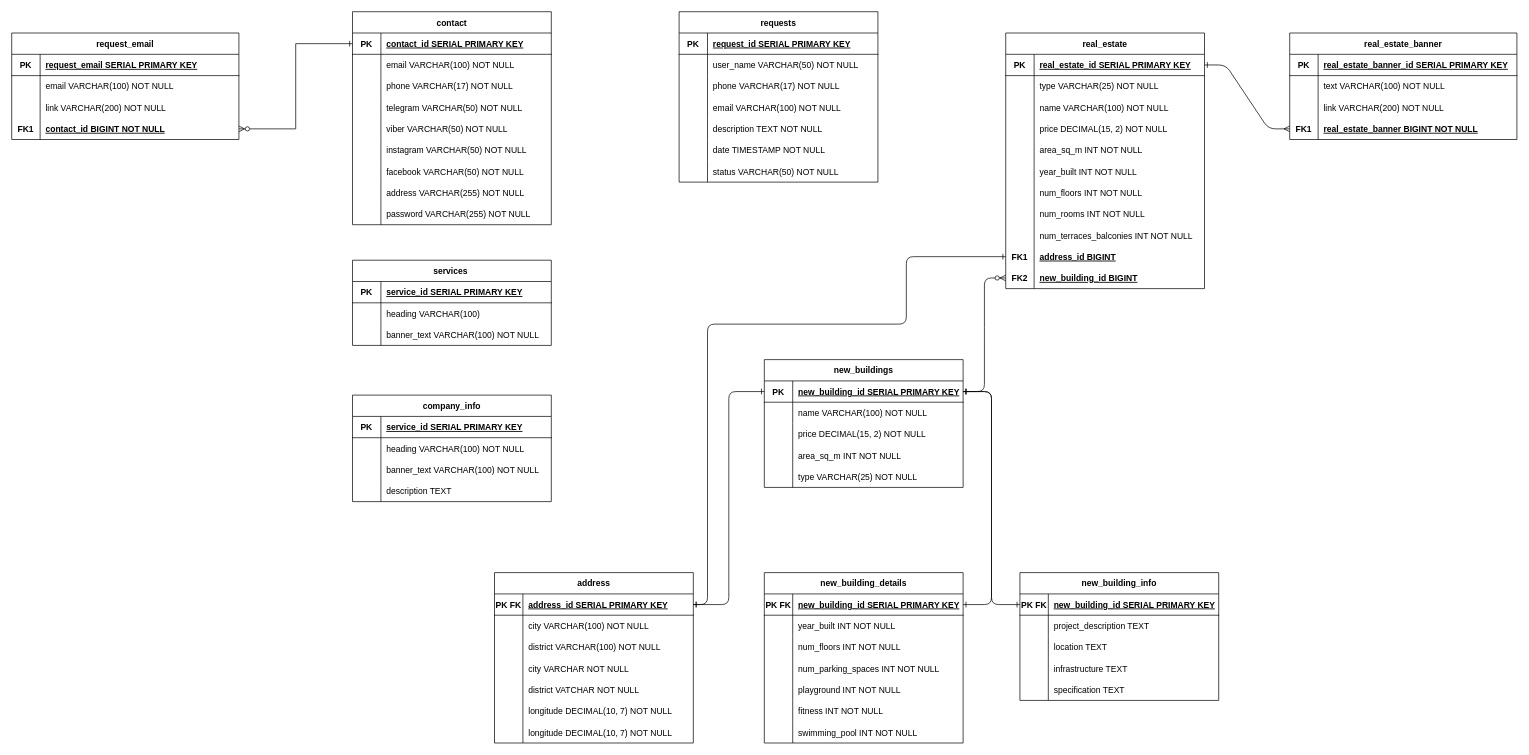
This is src/main/resources/diagrams/ERD.drawio from Latcarf/Second-project, a draw.io file, before an edit. Source tidied: cells renumbered, new cells numbered last; positions are measured from the earlier drawing's top-left corner, leaving out a move shared by most shapes. Both pictures are drawn from the tidied source at 71%, with x=0, y=0 at pixel (11, 11).
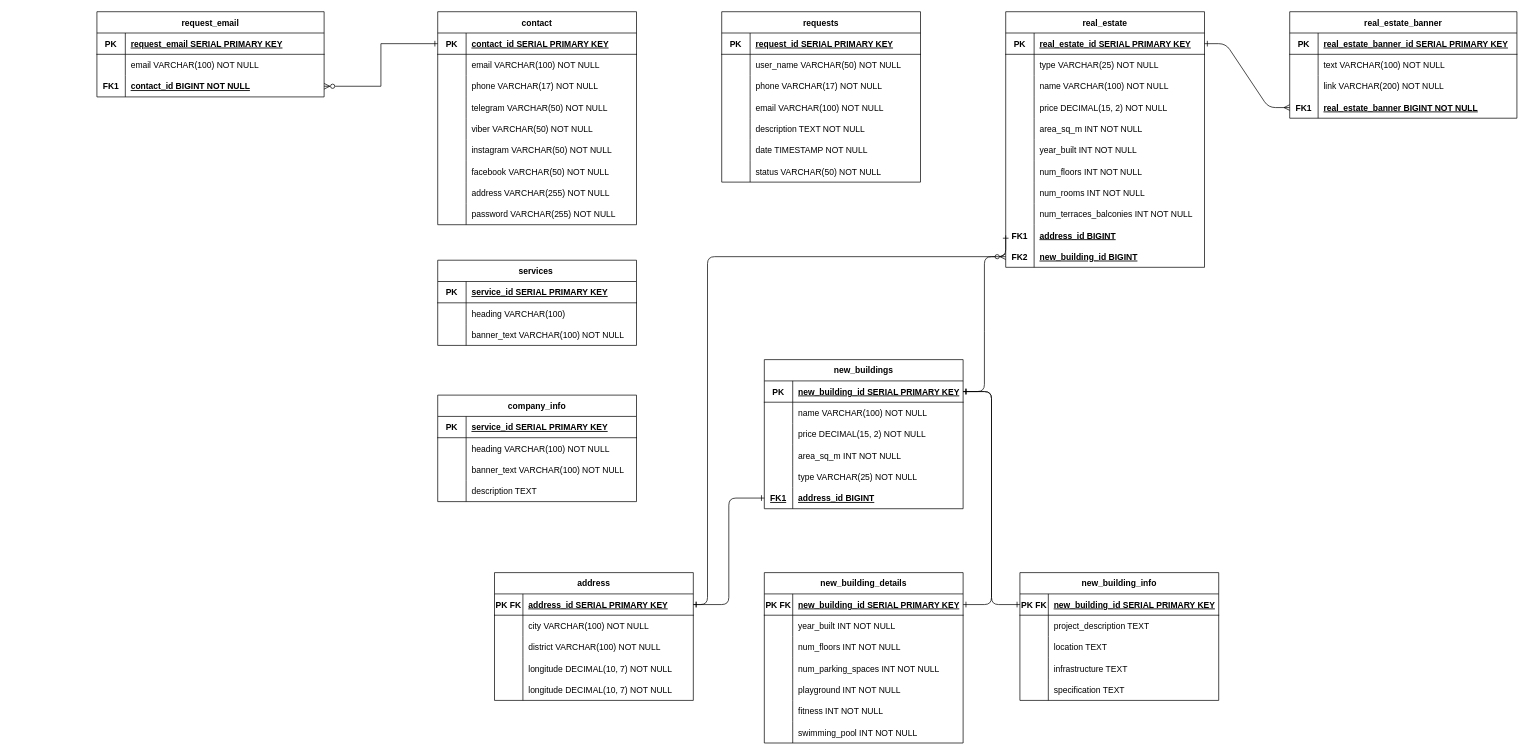
The same diagram, later.

Commit message:
UPD: ERD

Unchanged cells that the change refers to:
```xml
<mxCell id="58" style="shape=partialRectangle;fillColor=none;points=[[0,0.5],[1,0.5]];portConstraint=eastwest;top=0;left=0;right=0;bottom=0;labelBackgroundColor=none;" parent="30" vertex="1">
  <mxGeometry y="300" width="280" height="30" as="geometry" />
</mxCell>
<mxCell id="65" style="shape=partialRectangle;fillColor=none;points=[[0,0.5],[1,0.5]];portConstraint=eastwest;top=0;left=0;right=0;bottom=1;labelBackgroundColor=none;" parent="64" vertex="1">
  <mxGeometry y="30" width="280" height="30" as="geometry" />
</mxCell>
<mxCell id="179" style="shape=partialRectangle;fillColor=none;points=[[0,0.5],[1,0.5]];portConstraint=eastwest;top=0;left=0;right=0;bottom=1;labelBackgroundColor=none;" parent="178" vertex="1">
  <mxGeometry y="30" width="280" height="30" as="geometry" />
</mxCell>
```

Change to the diagram source:
```diff
@@
     <mxCell id="2" value="contact" style="shape=table;startSize=30;childLayout=tableLayout;rowLines=0;fontStyle=1;align=center;labelBackgroundColor=none;" parent="1" vertex="1">
-      <mxGeometry x="480" width="280" height="300" as="geometry" />
+      <mxGeometry x="600" width="280" height="300" as="geometry" />
     </mxCell>
@@
     <mxCell id="30" value="real_estate" style="shape=table;startSize=30;childLayout=tableLayout;rowLines=0;fontStyle=1;align=center;labelBackgroundColor=none;" parent="1" vertex="1">
-      <mxGeometry x="1400" y="30" width="280" height="360" as="geometry" />
+      <mxGeometry x="1400" width="280" height="360" as="geometry" />
     </mxCell>
@@
     <mxCell id="64" value="new_buildings" style="shape=table;startSize=30;childLayout=tableLayout;rowLines=0;fontStyle=1;align=center;labelBackgroundColor=none;fillColor=default;" parent="1" vertex="1">
-      <mxGeometry x="1060" y="490" width="280" height="180" as="geometry" />
+      <mxGeometry x="1060" y="490" width="280" height="210" as="geometry" />
     </mxCell>
@@
+    <mxCell id="218" style="shape=partialRectangle;fillColor=none;points=[[0,0.5],[1,0.5]];portConstraint=eastwest;top=0;left=0;right=0;bottom=0;labelBackgroundColor=none;" parent="64" vertex="1">
+      <mxGeometry y="180" width="280" height="30" as="geometry" />
+    </mxCell>
+    <mxCell id="219" value="FK1" style="shape=partialRectangle;overflow=hidden;fillColor=none;top=0;left=0;bottom=0;right=0;labelBackgroundColor=none;fontStyle=5;" parent="218" vertex="1">
+      <mxGeometry width="40" height="30" as="geometry" />
+    </mxCell>
+    <mxCell id="220" value="address_id BIGINT" style="shape=partialRectangle;overflow=hidden;fillColor=none;top=0;left=0;bottom=0;right=0;align=left;spacingLeft=6;labelBackgroundColor=none;fontStyle=5;" parent="218" vertex="1">
+      <mxGeometry x="40" width="240" height="30" as="geometry" />
+    </mxCell>
@@
     <mxCell id="103" value="services " style="shape=table;startSize=30;childLayout=tableLayout;rowLines=0;fontStyle=1;align=center;labelBackgroundColor=none;fillColor=default;" parent="1" vertex="1">
-      <mxGeometry x="480" y="350" width="280" height="120" as="geometry" />
+      <mxGeometry x="600" y="350" width="280" height="120" as="geometry" />
     </mxCell>
@@
     <mxCell id="113" value="company_info" style="shape=table;startSize=30;childLayout=tableLayout;rowLines=0;fontStyle=1;align=center;labelBackgroundColor=none;fillColor=default;" parent="1" vertex="1">
-      <mxGeometry x="480" y="540" width="280" height="150" as="geometry" />
+      <mxGeometry x="600" y="540" width="280" height="150" as="geometry" />
     </mxCell>
@@
     <mxCell id="126" value="requests" style="shape=table;startSize=30;childLayout=tableLayout;rowLines=0;fontStyle=1;align=center;labelBackgroundColor=none;fillColor=default;" parent="1" vertex="1">
-      <mxGeometry x="940" width="280" height="240" as="geometry" />
+      <mxGeometry x="1000" width="280" height="240" as="geometry" />
     </mxCell>
@@
     <mxCell id="148" value="real_estate_banner" style="shape=table;startSize=30;childLayout=tableLayout;rowLines=0;fontStyle=1;align=center;labelBackgroundColor=none;fillColor=default;" parent="1" vertex="1">
-      <mxGeometry x="1800" y="30" width="320" height="150" as="geometry" />
+      <mxGeometry x="1800" width="320" height="150" as="geometry" />
     </mxCell>
@@
     <mxCell id="178" value="address" style="shape=table;startSize=30;childLayout=tableLayout;rowLines=0;fontStyle=1;align=center;labelBackgroundColor=none;fillColor=default;" parent="1" vertex="1">
-      <mxGeometry x="680" y="790" width="280" height="240" as="geometry" />
+      <mxGeometry x="680" y="790" width="280" height="180" as="geometry" />
     </mxCell>
@@
-    <mxCell id="188" style="shape=partialRectangle;fillColor=none;top=0;left=0;right=0;bottom=0;labelBackgroundColor=none;" parent="178" vertex="1">
-      <mxGeometry y="120" width="280" height="30" as="geometry" />
-    </mxCell>
-    <mxCell id="189" style="shape=partialRectangle;overflow=hidden;fillColor=none;top=0;left=0;bottom=0;right=0;labelBackgroundColor=none;" parent="188" vertex="1">
-      <mxGeometry width="40" height="30" as="geometry" />
-    </mxCell>
-    <mxCell id="190" value="city VARCHAR NOT NULL" style="shape=partialRectangle;overflow=hidden;fillColor=none;top=0;left=0;bottom=0;right=0;align=left;spacingLeft=6;labelBackgroundColor=none;" parent="188" vertex="1">
-      <mxGeometry x="40" width="240" height="30" as="geometry" />
-    </mxCell>
-    <mxCell id="191" style="shape=partialRectangle;fillColor=none;top=0;left=0;right=0;bottom=0;labelBackgroundColor=none;" parent="178" vertex="1">
-      <mxGeometry y="150" width="280" height="30" as="geometry" />
-    </mxCell>
-    <mxCell id="192" style="shape=partialRectangle;overflow=hidden;fillColor=none;top=0;left=0;bottom=0;right=0;labelBackgroundColor=none;" parent="191" vertex="1">
-      <mxGeometry width="40" height="30" as="geometry" />
-    </mxCell>
-    <mxCell id="193" value="district VATCHAR NOT NULL" style="shape=partialRectangle;overflow=hidden;fillColor=none;top=0;left=0;bottom=0;right=0;align=left;spacingLeft=6;labelBackgroundColor=none;" parent="191" vertex="1">
-      <mxGeometry x="40" width="240" height="30" as="geometry" />
-    </mxCell>
     <mxCell id="194" style="shape=partialRectangle;fillColor=none;top=0;left=0;right=0;bottom=0;labelBackgroundColor=none;" parent="178" vertex="1">
-      <mxGeometry y="180" width="280" height="30" as="geometry" />
+      <mxGeometry y="120" width="280" height="30" as="geometry" />
     </mxCell>
@@
     <mxCell id="197" style="shape=partialRectangle;fillColor=none;top=0;left=0;right=0;bottom=0;labelBackgroundColor=none;" parent="178" vertex="1">
-      <mxGeometry y="210" width="280" height="30" as="geometry" />
+      <mxGeometry y="150" width="280" height="30" as="geometry" />
     </mxCell>
@@
-    <mxCell id="200" style="edgeStyle=orthogonalEdgeStyle;rounded=1;jettySize=auto;html=1;exitX=0;exitY=0.5;exitDx=0;exitDy=0;entryX=1;entryY=0.5;entryDx=0;entryDy=0;curved=0;startArrow=ERone;startFill=0;endArrow=ERone;endFill=0;" parent="1" edge="1" source="65" target="179">
+    <mxCell id="200" style="edgeStyle=orthogonalEdgeStyle;rounded=1;jettySize=auto;html=1;exitX=0;exitY=0.5;exitDx=0;exitDy=0;entryX=1;entryY=0.5;entryDx=0;entryDy=0;curved=0;startArrow=ERone;startFill=0;endArrow=ERone;endFill=0;" parent="1" edge="1" source="218" target="179">
       <mxGeometry relative="1" as="geometry" />
     </mxCell>
@@
     <mxCell id="203" style="edgeStyle=orthogonalEdgeStyle;rounded=1;jettySize=auto;html=1;exitX=1;exitY=0.5;exitDx=0;exitDy=0;startArrow=ERone;startFill=0;endArrow=ERone;endFill=0;curved=0;entryX=0;entryY=0.5;entryDx=0;entryDy=0;" parent="1" edge="1" source="179" target="58">
       <mxGeometry relative="1" as="geometry">
         <Array as="points">
           <mxPoint x="980" y="835" />
-          <mxPoint x="980" y="440" />
-          <mxPoint x="1260" y="440" />
-          <mxPoint x="1260" y="345" />
+          <mxPoint x="980" y="345" />
         </Array>
       </mxGeometry>
     </mxCell>
     <mxCell id="204" value="request_email" style="shape=table;startSize=30;childLayout=tableLayout;rowLines=0;fontStyle=1;align=center;labelBackgroundColor=none;fillColor=default;" parent="1" vertex="1">
-      <mxGeometry y="30" width="320" height="150" as="geometry" />
+      <mxGeometry x="120" width="320" height="120" as="geometry" />
     </mxCell>
@@
-    <mxCell id="211" style="shape=partialRectangle;fillColor=none;top=0;left=0;right=0;bottom=0;labelBackgroundColor=none;" parent="204" vertex="1">
-      <mxGeometry y="90" width="320" height="30" as="geometry" />
-    </mxCell>
-    <mxCell id="212" style="shape=partialRectangle;overflow=hidden;fillColor=none;top=0;left=0;bottom=0;right=0;labelBackgroundColor=none;" parent="211" vertex="1">
-      <mxGeometry width="40" height="30" as="geometry" />
-    </mxCell>
-    <mxCell id="213" value="link VARCHAR(200) NOT NULL" style="shape=partialRectangle;overflow=hidden;fillColor=none;top=0;left=0;bottom=0;right=0;align=left;spacingLeft=6;labelBackgroundColor=none;" parent="211" vertex="1">
-      <mxGeometry x="40" width="280" height="30" as="geometry" />
-    </mxCell>
     <mxCell id="214" style="shape=partialRectangle;fillColor=none;points=[[0,0.5],[1,0.5]];portConstraint=eastwest;top=0;left=0;right=0;bottom=0;labelBackgroundColor=none;" parent="204" vertex="1">
-      <mxGeometry y="120" width="320" height="30" as="geometry" />
+      <mxGeometry y="90" width="320" height="30" as="geometry" />
     </mxCell>
```
